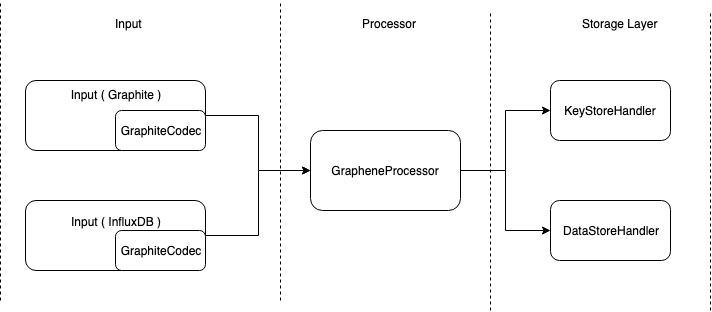
The draw.io diagram docs/wiki/Home/Concepts.png in jerome89/graphene, before a commit. Source tidied: cells renumbered, new cells last; positions are measured from the earlier drawing's top-left corner, leaving out a move shared by most shapes.
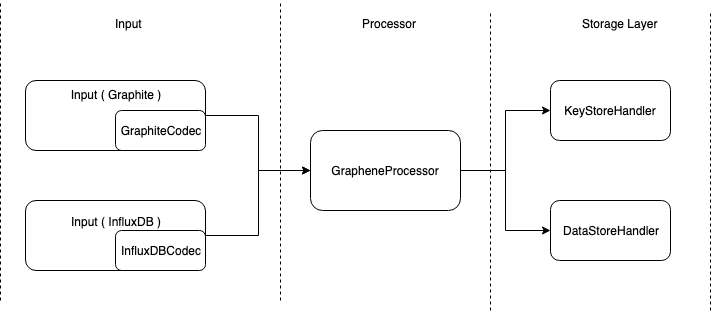
After the change.

Change to the diagram source:
```diff
@@ -17,8 +17,8 @@
     <mxCell id="6" value="Input ( InfluxDB )&lt;br&gt;&lt;br&gt;&lt;br&gt;" style="rounded=1;whiteSpace=wrap;html=1;" parent="1" vertex="1">
       <mxGeometry x="25" y="200" width="180" height="70" as="geometry" />
     </mxCell>
-    <mxCell id="7" value="GraphiteCodec" style="rounded=1;whiteSpace=wrap;html=1;" parent="1" vertex="1">
-      <mxGeometry x="115" y="230" width="90" height="40" as="geometry" />
+    <mxCell id="7" value="InfluxDBCodec" style="rounded=1;whiteSpace=wrap;html=1;" parent="1" vertex="1">
+      <mxGeometry x="129" y="244" width="90" height="40" as="geometry" />
     </mxCell>
     <mxCell id="8" style="edgeStyle=orthogonalEdgeStyle;rounded=0;jettySize=auto;html=1;entryX=0;entryY=0.5;entryDx=0;entryDy=0;" parent="1" edge="1" source="10" target="11">
       <mxGeometry relative="1" as="geometry" />
```
